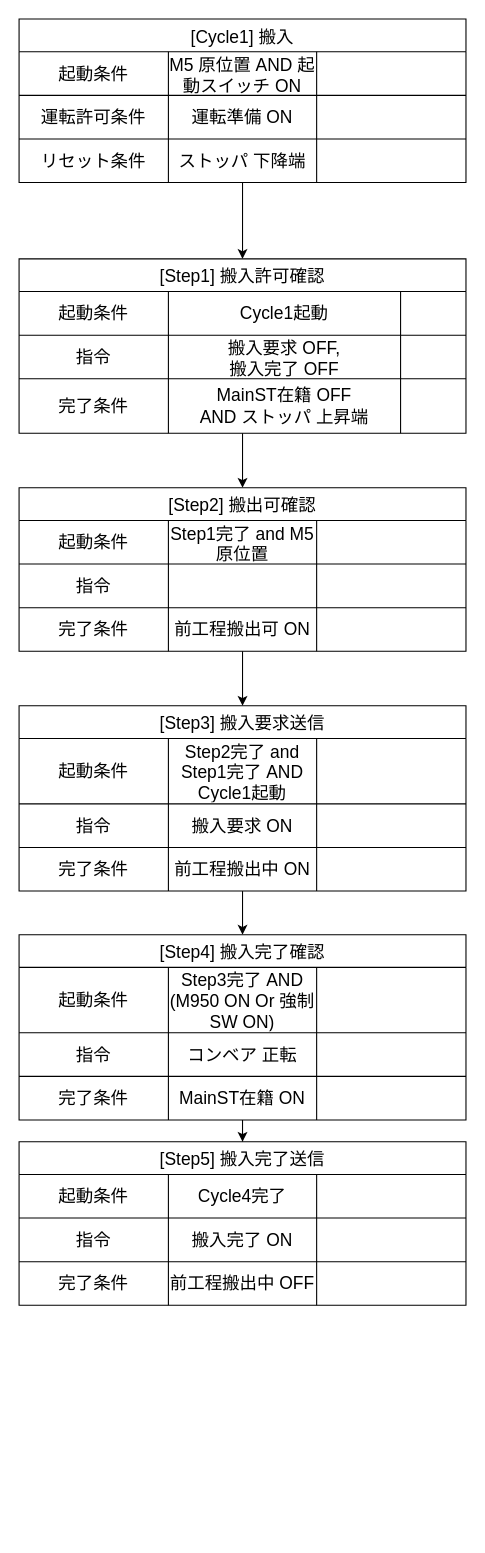
Before: flow.drawio in SPNSPN/flow2nim, a draw.io diagram. Source tidied: cells renumbered, new cells numbered last; positions are measured from the earlier drawing's top-left corner, leaving out a move shared by most shapes. Both pictures are drawn from the tidied source at 109%, with x=0, y=0 at pixel (19, 19).
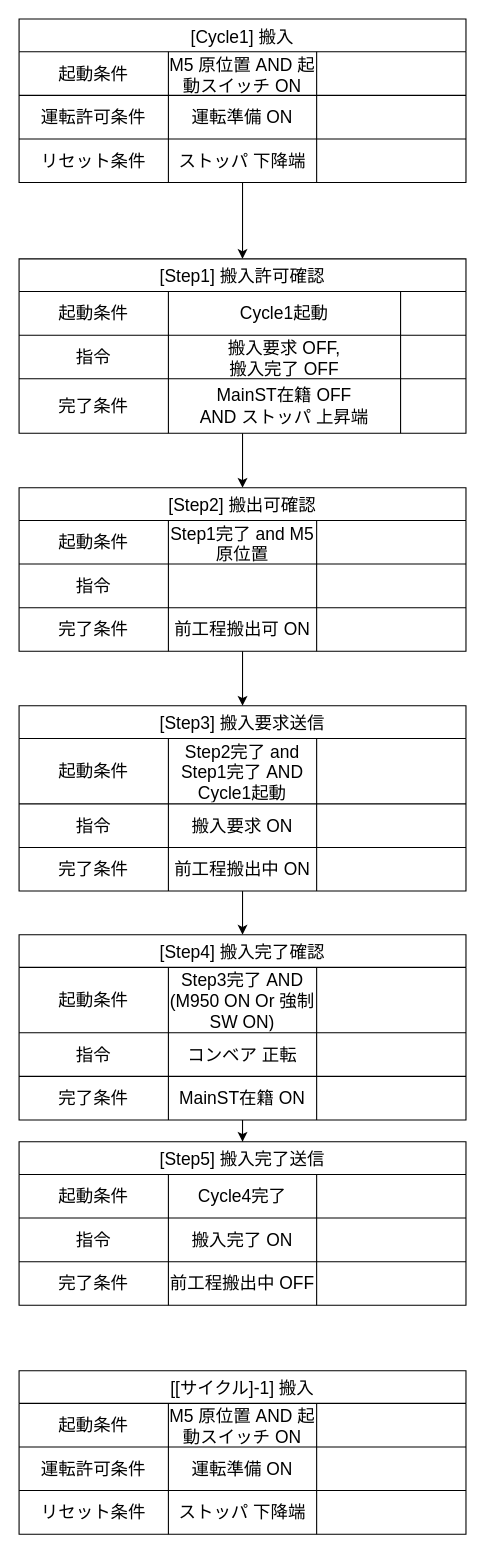
The same page after the edit.

Diff of the diagram source:
```diff
@@
+    <mxCell id="85" value="[[サイクル]-1] 搬入" style="shape=table;startSize=30;childLayout=tableLayout;strokeColor=default;fontSize=16;" parent="1" vertex="1">
+      <mxGeometry y="1240" width="410" height="150" as="geometry" />
+    </mxCell>
+    <mxCell id="86" style="shape=tableRow;horizontal=0;startSize=0;swimlaneHead=0;swimlaneBody=0;strokeColor=inherit;top=0;left=0;bottom=0;right=0;fillColor=none;fontSize=16;" parent="85" vertex="1">
+      <mxGeometry y="30" width="410" height="40" as="geometry" />
+    </mxCell>
+    <mxCell id="87" value="起動条件" style="shape=partialRectangle;html=1;whiteSpace=wrap;strokeColor=inherit;overflow=hidden;fillColor=none;top=0;left=0;bottom=0;right=0;fontSize=16;" parent="86" vertex="1">
+      <mxGeometry width="137" height="40" as="geometry" />
+    </mxCell>
+    <mxCell id="88" value="M5 原位置 AND 起動スイッチ ON" style="shape=partialRectangle;html=1;whiteSpace=wrap;strokeColor=inherit;overflow=hidden;fillColor=none;top=0;left=0;bottom=0;right=0;fontSize=16;" parent="86" vertex="1">
+      <mxGeometry x="137" width="136" height="40" as="geometry" />
+    </mxCell>
+    <mxCell id="89" style="shape=partialRectangle;html=1;whiteSpace=wrap;strokeColor=inherit;overflow=hidden;fillColor=none;top=0;left=0;bottom=0;right=0;fontSize=16;" parent="86" vertex="1">
+      <mxGeometry x="273" width="137" height="40" as="geometry" />
+    </mxCell>
+    <mxCell id="90" style="shape=tableRow;horizontal=0;startSize=0;swimlaneHead=0;swimlaneBody=0;strokeColor=inherit;top=0;left=0;bottom=0;right=0;fillColor=none;fontSize=16;" parent="85" vertex="1">
+      <mxGeometry y="70" width="410" height="40" as="geometry" />
+    </mxCell>
+    <mxCell id="91" value="運転許可条件" style="shape=partialRectangle;html=1;whiteSpace=wrap;strokeColor=inherit;overflow=hidden;fillColor=none;top=0;left=0;bottom=0;right=0;fontSize=16;" parent="90" vertex="1">
+      <mxGeometry width="137" height="40" as="geometry" />
+    </mxCell>
+    <mxCell id="92" value="運転準備 ON" style="shape=partialRectangle;html=1;whiteSpace=wrap;strokeColor=inherit;overflow=hidden;fillColor=none;top=0;left=0;bottom=0;right=0;fontSize=16;" parent="90" vertex="1">
+      <mxGeometry x="137" width="136" height="40" as="geometry" />
+    </mxCell>
+    <mxCell id="93" style="shape=partialRectangle;html=1;whiteSpace=wrap;strokeColor=inherit;overflow=hidden;fillColor=none;top=0;left=0;bottom=0;right=0;fontSize=16;" parent="90" vertex="1">
+      <mxGeometry x="273" width="137" height="40" as="geometry" />
+    </mxCell>
+    <mxCell id="94" style="shape=tableRow;horizontal=0;startSize=0;swimlaneHead=0;swimlaneBody=0;strokeColor=inherit;top=0;left=0;bottom=0;right=0;fillColor=none;fontSize=16;" parent="85" vertex="1">
+      <mxGeometry y="110" width="410" height="40" as="geometry" />
+    </mxCell>
+    <mxCell id="95" value="リセット条件" style="shape=partialRectangle;html=1;whiteSpace=wrap;strokeColor=inherit;overflow=hidden;fillColor=none;top=0;left=0;bottom=0;right=0;fontSize=16;" parent="94" vertex="1">
+      <mxGeometry width="137" height="40" as="geometry" />
+    </mxCell>
+    <mxCell id="96" value="ストッパ 下降端" style="shape=partialRectangle;html=1;whiteSpace=wrap;strokeColor=inherit;overflow=hidden;fillColor=none;top=0;left=0;bottom=0;right=0;fontSize=16;" parent="94" vertex="1">
+      <mxGeometry x="137" width="136" height="40" as="geometry" />
+    </mxCell>
+    <mxCell id="97" style="shape=partialRectangle;html=1;whiteSpace=wrap;strokeColor=inherit;overflow=hidden;fillColor=none;top=0;left=0;bottom=0;right=0;fontSize=16;" parent="94" vertex="1">
+      <mxGeometry x="273" width="137" height="40" as="geometry" />
+    </mxCell>
```
